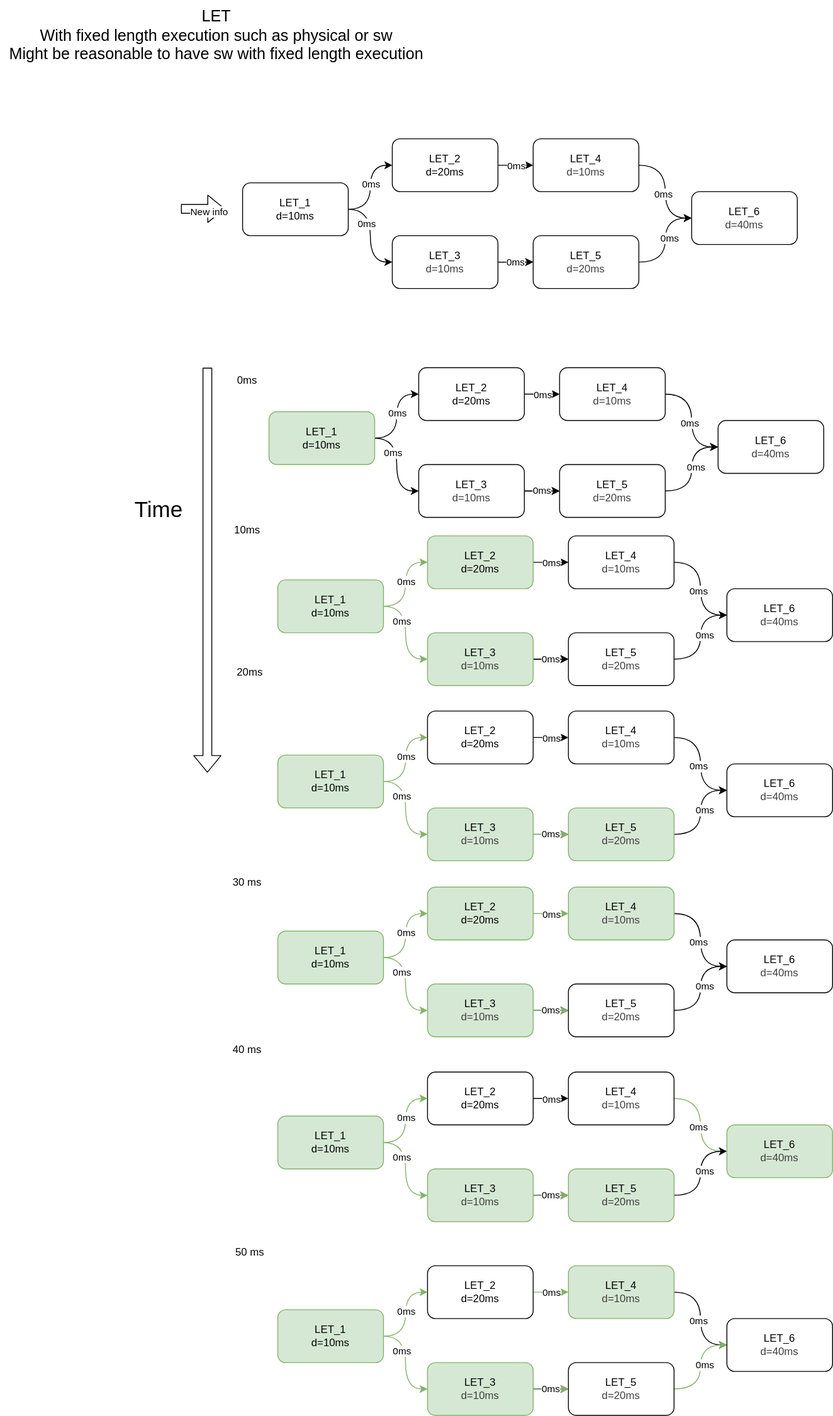
jkCXf9X4/ssp4cpp keeps this draw.io diagram as lib/sim/docs/let.drawio.svg. Above is the earlier version. Source tidied: cells renumbered, new cells last; positions are measured from the earlier drawing's top-left corner, leaving out a move shared by most shapes.
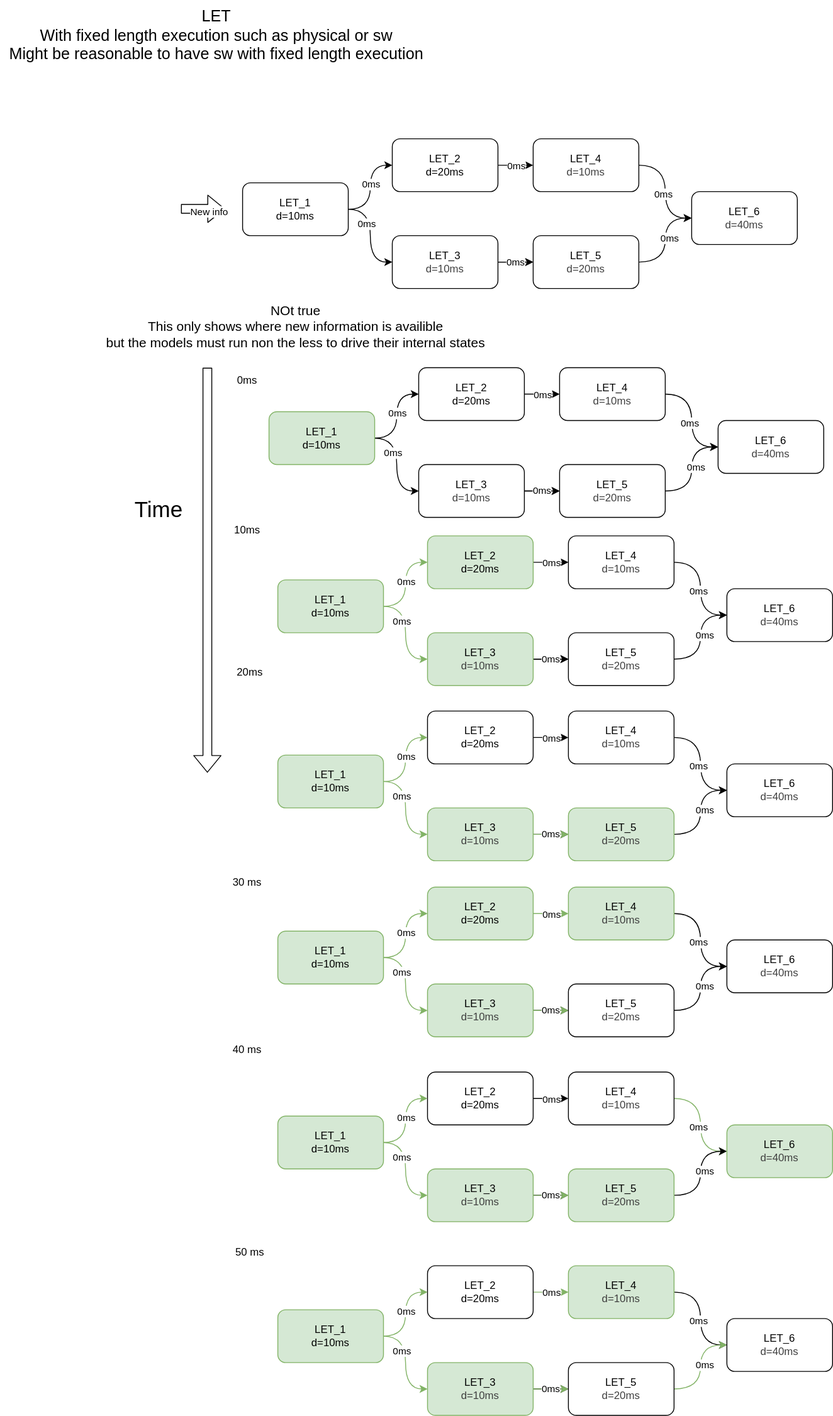
The same diagram one commit later.

What changed in the source:
```diff
@@ -421,5 +421,8 @@
     <mxCell id="138" value="LET_6&lt;div&gt;&lt;span style=&quot;color: rgb(63, 63, 63);&quot;&gt;d=40ms&lt;/span&gt;&lt;/div&gt;" style="rounded=1;whiteSpace=wrap;html=1;" parent="1" vertex="1">
       <mxGeometry x="825" y="1497" width="120" height="60" as="geometry" />
     </mxCell>
+    <mxCell id="139" value="NOt true&lt;br&gt;This only shows where new information is availible&lt;div&gt;but the models must run non the less to drive their internal states&lt;/div&gt;" style="text;html=1;align=center;verticalAlign=middle;strokeColor=none;fillColor=none;fontSize=15;" parent="1" vertex="1">
+      <mxGeometry x="110" y="335" width="450" height="70" as="geometry" />
+    </mxCell>
   </root>
 </mxGraphModel>
```
